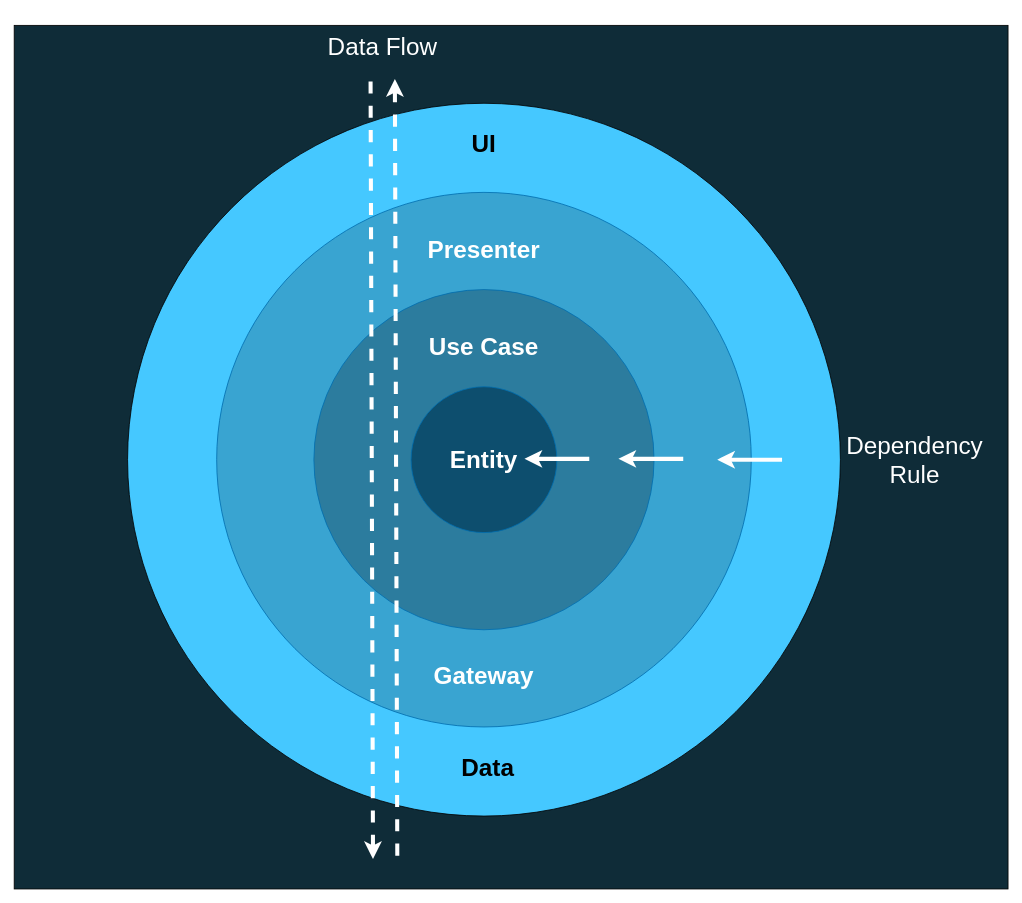
The draw.io diagram diagrams/caFlowControlDependency.drawio in AlexanderLapygin/dependency-inversion-slides, before the edit. Source tidied: cells renumbered, new cells numbered last; positions are measured from the earlier drawing's top-left corner, leaving out a move shared by most shapes. Both pictures are drawn from the tidied source at 81%, with x=0, y=0 at pixel (14, 14).
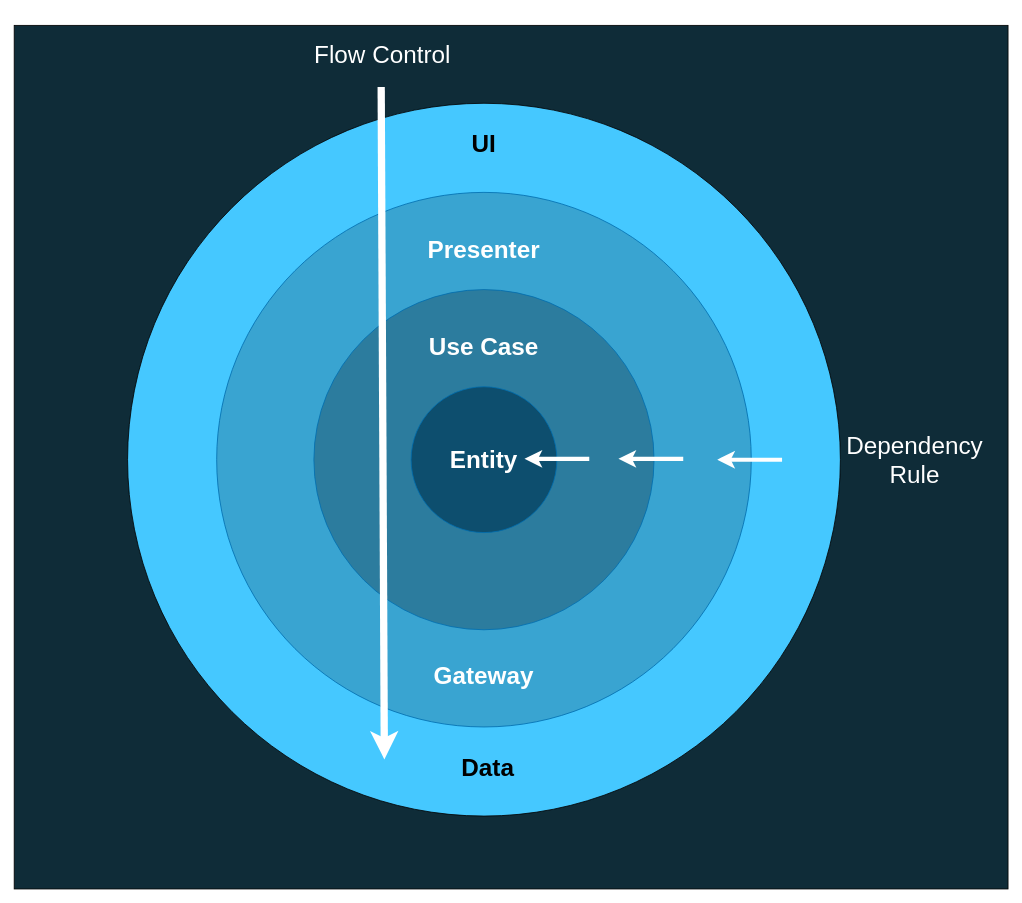
Above is the later version.

Diff of the diagram source:
```diff
@@
-    <mxCell id="16" style="endArrow=none;html=1;strokeColor=#FFFFFF;strokeWidth=5;fontSize=30;fontColor=#FFFFFF;dashed=1;startArrow=classic;startFill=0;endFill=0;" parent="1" edge="1">
-      <mxGeometry relative="1" as="geometry">
-        <mxPoint x="470" y="80" as="sourcePoint" />
-        <mxPoint x="473" y="1040" as="targetPoint" />
-      </mxGeometry>
-    </mxCell>
-    <mxCell id="17" style="endArrow=classic;html=1;strokeColor=#FFFFFF;strokeWidth=5;fontSize=30;fontColor=#FFFFFF;dashed=1;endFill=0;startArrow=none;startFill=0;" parent="1" edge="1">
+    <mxCell id="17" style="endArrow=classic;html=1;strokeColor=#FFFFFF;strokeWidth=9;fontSize=30;fontColor=#FFFFFF;endFill=0;startArrow=none;startFill=0;" parent="1" edge="1">
       <mxGeometry relative="1" as="geometry">
-        <mxPoint x="440" y="83" as="sourcePoint" />
-        <mxPoint x="443" y="1043" as="targetPoint" />
+        <mxPoint x="453.1" y="90" as="sourcePoint" />
+        <mxPoint x="457" y="920" as="targetPoint" />
       </mxGeometry>
     </mxCell>
-    <mxCell id="18" value="Data Flow" style="text;html=1;strokeColor=none;fillColor=none;align=center;verticalAlign=middle;whiteSpace=wrap;rounded=0;fontSize=30;fontStyle=0;fontColor=#FFFFFF;" parent="1" vertex="1">
-      <mxGeometry x="370" width="170" height="80" as="geometry" />
+    <mxCell id="18" value="Flow Control" style="text;html=1;strokeColor=none;fillColor=none;align=center;verticalAlign=middle;whiteSpace=wrap;rounded=0;fontSize=30;fontStyle=0;fontColor=#FFFFFF;" parent="1" vertex="1">
+      <mxGeometry x="360" y="10" width="190" height="80" as="geometry" />
     </mxCell>
```
